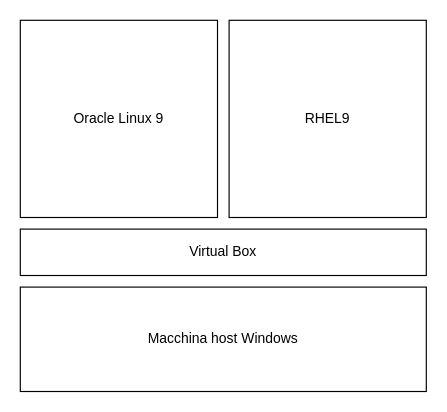
Victor-Danilov/partech-internship keeps this draw.io diagram as Tesi_VM.drawio. Above is the earlier version. Source tidied: cells renumbered, new cells numbered last; positions are measured from the earlier drawing's top-left corner, leaving out a move shared by most shapes. Both pictures are drawn from the tidied source at 116%, with x=0, y=0 at pixel (20, 20).
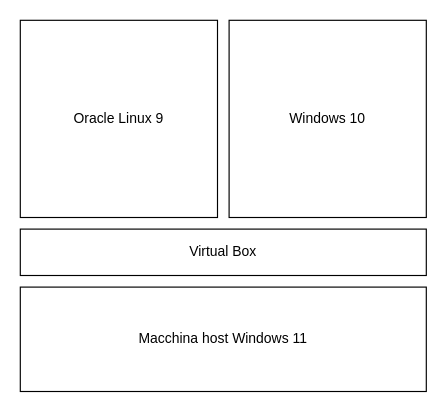
Above is the later version.

What changed in the source:
```diff
@@
 <mxGraphModel>
   <root>
     <mxCell id="0" />
     <mxCell id="1" parent="0" />
-    <mxCell id="2" value="Macchina host Windows" style="rounded=0;whiteSpace=wrap;html=1;" parent="1" vertex="1">
+    <mxCell id="2" value="Macchina host Windows 11" style="rounded=0;whiteSpace=wrap;html=1;" parent="1" vertex="1">
       <mxGeometry y="230" width="350" height="90" as="geometry" />
     </mxCell>
     <mxCell id="3" value="Virtual Box" style="rounded=0;whiteSpace=wrap;html=1;" parent="1" vertex="1">
       <mxGeometry y="180" width="350" height="40" as="geometry" />
     </mxCell>
     <mxCell id="4" value="Oracle Linux 9" style="whiteSpace=wrap;html=1;" parent="1" vertex="1">
       <mxGeometry width="170" height="170" as="geometry" />
     </mxCell>
-    <mxCell id="5" value="RHEL9" style="whiteSpace=wrap;html=1;" parent="1" vertex="1">
+    <mxCell id="5" value="Windows 10" style="whiteSpace=wrap;html=1;" parent="1" vertex="1">
       <mxGeometry x="180" width="170" height="170" as="geometry" />
     </mxCell>
   </root>
 </mxGraphModel>
```
